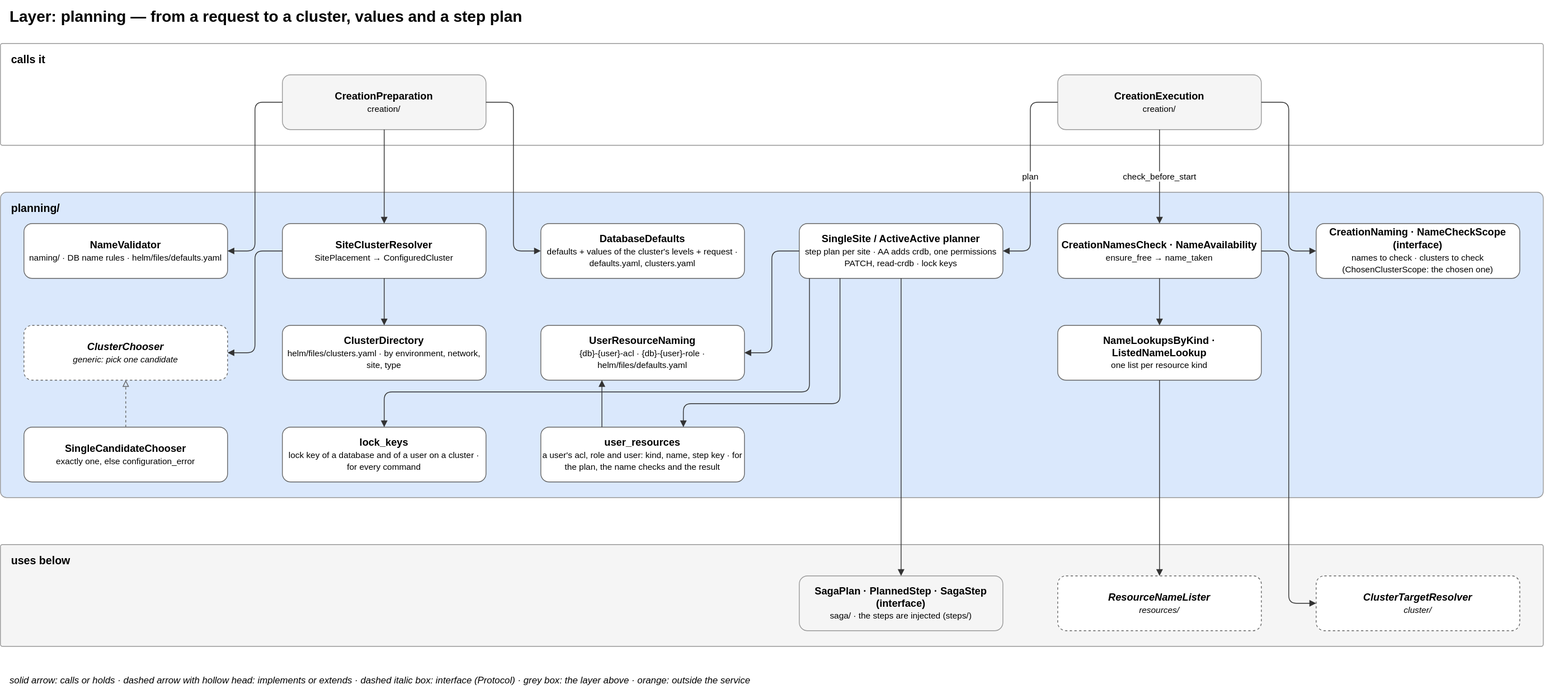
This is docs/diagrams/05-layer-planning.drawio.svg from EliShteinman/redis-enterprise-services, a draw.io export, as it was before one commit. Source tidied: cells renumbered, new cells last; positions are measured from the earlier drawing's top-left corner, leaving out a move shared by most shapes.
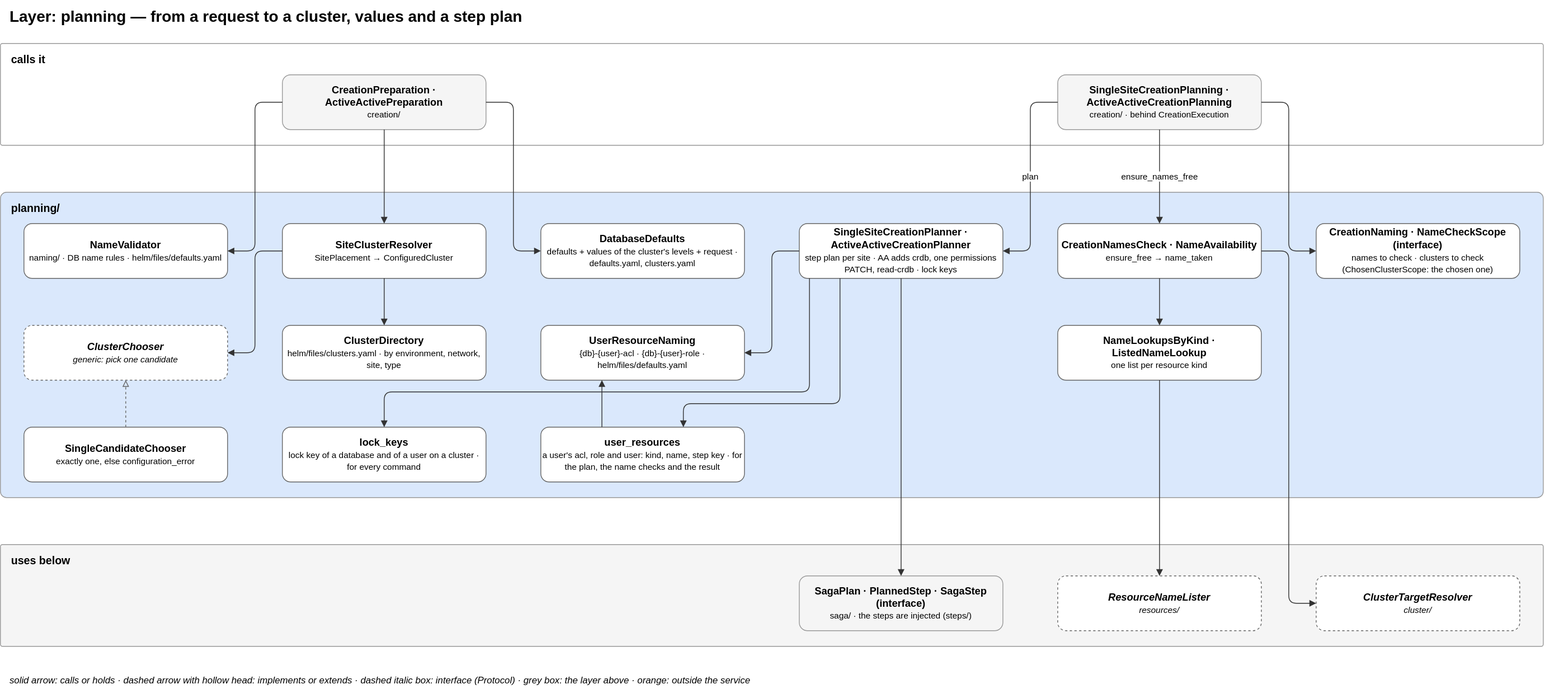
Above is the later version.

Commit message:
docs: name the real classes and routes of single-site and Active-Active creation

The edit, as a diff of the source:
```diff
@@ -8,10 +8,10 @@
     <mxCell id="3" value="&lt;b&gt;calls it&lt;/b&gt;" style="rounded=1;arcSize=2;fillColor=#ffffff;strokeColor=#999999;verticalAlign=top;align=left;spacingLeft=12;spacingTop=6;html=1;fontSize=14;" parent="1" vertex="1">
       <mxGeometry y="55" width="1970" height="130" as="geometry" />
     </mxCell>
-    <mxCell id="4" value="&lt;b&gt;CreationPreparation&lt;/b&gt;&lt;br&gt;&lt;font style='font-size:11px'&gt;creation/&lt;/font&gt;" style="rounded=1;whiteSpace=wrap;html=1;fillColor=#f5f5f5;strokeColor=#999999;fontSize=13;" parent="1" vertex="1">
+    <mxCell id="4" value="&lt;b&gt;CreationPreparation · ActiveActivePreparation&lt;/b&gt;&lt;br&gt;&lt;font style='font-size:11px'&gt;creation/&lt;/font&gt;" style="rounded=1;whiteSpace=wrap;html=1;fillColor=#f5f5f5;strokeColor=#999999;fontSize=13;" parent="1" vertex="1">
       <mxGeometry x="360" y="95" width="260" height="70" as="geometry" />
     </mxCell>
-    <mxCell id="5" value="&lt;b&gt;CreationExecution&lt;/b&gt;&lt;br&gt;&lt;font style='font-size:11px'&gt;creation/&lt;/font&gt;" style="rounded=1;whiteSpace=wrap;html=1;fillColor=#f5f5f5;strokeColor=#999999;fontSize=13;" parent="1" vertex="1">
+    <mxCell id="5" value="&lt;b&gt;SingleSiteCreationPlanning · ActiveActiveCreationPlanning&lt;/b&gt;&lt;br&gt;&lt;font style='font-size:11px'&gt;creation/ · behind CreationExecution&lt;/font&gt;" style="rounded=1;whiteSpace=wrap;html=1;fillColor=#f5f5f5;strokeColor=#999999;fontSize=13;" parent="1" vertex="1">
       <mxGeometry x="1350" y="95" width="260" height="70" as="geometry" />
     </mxCell>
     <mxCell id="6" value="&lt;b&gt;planning/&lt;/b&gt;" style="rounded=1;arcSize=2;fillColor=#dae8fc;strokeColor=#999999;verticalAlign=top;align=left;spacingLeft=12;spacingTop=6;html=1;fontSize=14;" parent="1" vertex="1">
@@ -26,7 +26,7 @@
     <mxCell id="9" value="&lt;b&gt;DatabaseDefaults&lt;/b&gt;&lt;br&gt;&lt;font style='font-size:11px'&gt;defaults + values of the cluster's levels + request · defaults.yaml, clusters.yaml&lt;/font&gt;" style="rounded=1;whiteSpace=wrap;html=1;fillColor=#ffffff;strokeColor=#666666;fontSize=13;" parent="1" vertex="1">
       <mxGeometry x="690" y="285" width="260" height="70" as="geometry" />
     </mxCell>
-    <mxCell id="10" value="&lt;b&gt;SingleSite / ActiveActive planner&lt;/b&gt;&lt;br&gt;&lt;font style='font-size:11px'&gt;step plan per site · AA adds crdb, one permissions PATCH, read-crdb · lock keys&lt;/font&gt;" style="rounded=1;whiteSpace=wrap;html=1;fillColor=#ffffff;strokeColor=#666666;fontSize=13;" parent="1" vertex="1">
+    <mxCell id="10" value="&lt;b&gt;SingleSiteCreationPlanner · ActiveActiveCreationPlanner&lt;/b&gt;&lt;br&gt;&lt;font style='font-size:11px'&gt;step plan per site · AA adds crdb, one permissions PATCH, read-crdb · lock keys&lt;/font&gt;" style="rounded=1;whiteSpace=wrap;html=1;fillColor=#ffffff;strokeColor=#666666;fontSize=13;" parent="1" vertex="1">
       <mxGeometry x="1020" y="285" width="260" height="70" as="geometry" />
     </mxCell>
     <mxCell id="11" value="&lt;b&gt;CreationNamesCheck · NameAvailability&lt;/b&gt;&lt;br&gt;&lt;font style='font-size:11px'&gt;ensure_free → name_taken&lt;/font&gt;" style="rounded=1;whiteSpace=wrap;html=1;fillColor=#ffffff;strokeColor=#666666;fontSize=13;" parent="1" vertex="1">
@@ -74,7 +74,7 @@
     <mxCell id="25" value="plan" style="edgeStyle=orthogonalEdgeStyle;rounded=1;html=1;fontSize=11;labelBackgroundColor=#ffffff;exitX=0;exitY=0.5;entryX=1;entryY=0.5;endArrow=block;strokeColor=#333333;" parent="1" edge="1" source="5" target="10">
       <mxGeometry relative="1" as="geometry" />
     </mxCell>
-    <mxCell id="26" value="check_before_start" style="edgeStyle=orthogonalEdgeStyle;rounded=1;html=1;fontSize=11;labelBackgroundColor=#ffffff;exitX=0.5;exitY=1;entryX=0.5;entryY=0;endArrow=block;strokeColor=#333333;" parent="1" edge="1" source="5" target="11">
+    <mxCell id="26" value="ensure_names_free" style="edgeStyle=orthogonalEdgeStyle;rounded=1;html=1;fontSize=11;labelBackgroundColor=#ffffff;exitX=0.5;exitY=1;entryX=0.5;entryY=0;endArrow=block;strokeColor=#333333;" parent="1" edge="1" source="5" target="11">
       <mxGeometry relative="1" as="geometry" />
     </mxCell>
     <mxCell id="27" style="edgeStyle=orthogonalEdgeStyle;rounded=1;html=1;fontSize=11;labelBackgroundColor=#ffffff;exitX=1;exitY=0.5;entryX=0;entryY=0.5;endArrow=block;strokeColor=#333333;" parent="1" edge="1" source="5" target="12">
```
